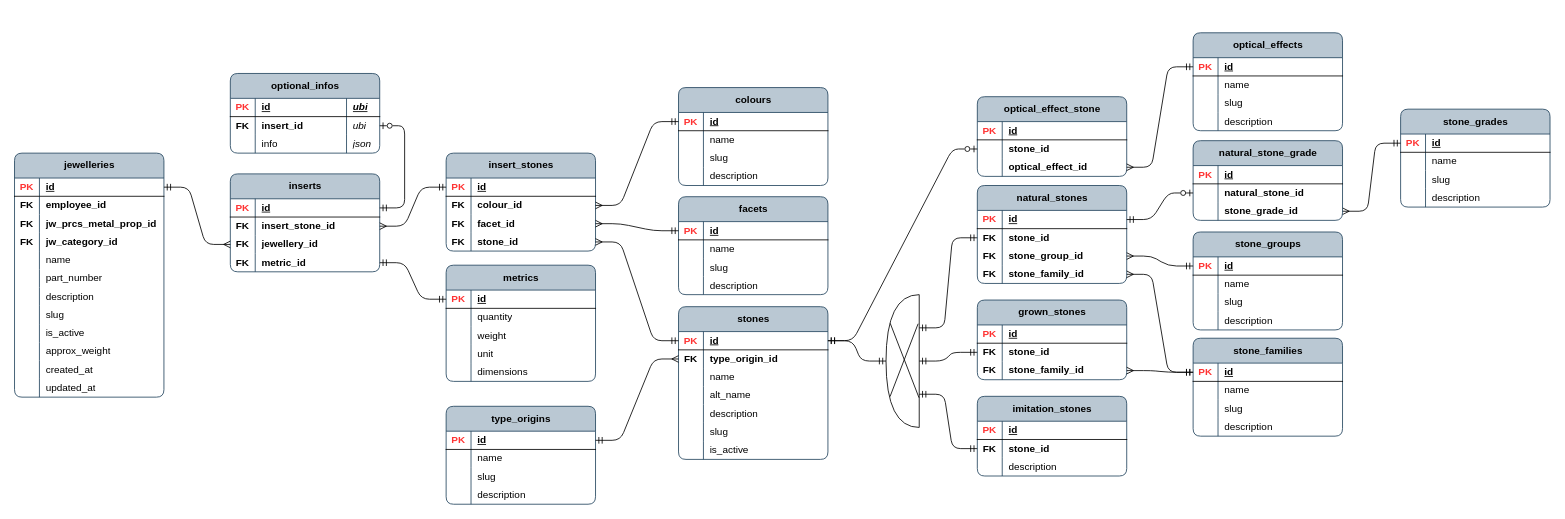
The draw.io diagram page "psql_inserts" (2 of 14) of publisher/laravel-app/psql_jewellery_items.drawio in Local-development-environment/msg-brokers-publisher-consumer, before the edit. Source tidied: cells renumbered, new cells numbered last; positions are measured from the earlier drawing's top-left corner, leaving out a move shared by most shapes. Both pictures are drawn from the tidied source at 83%, with x=0, y=0 at pixel (14, 32).
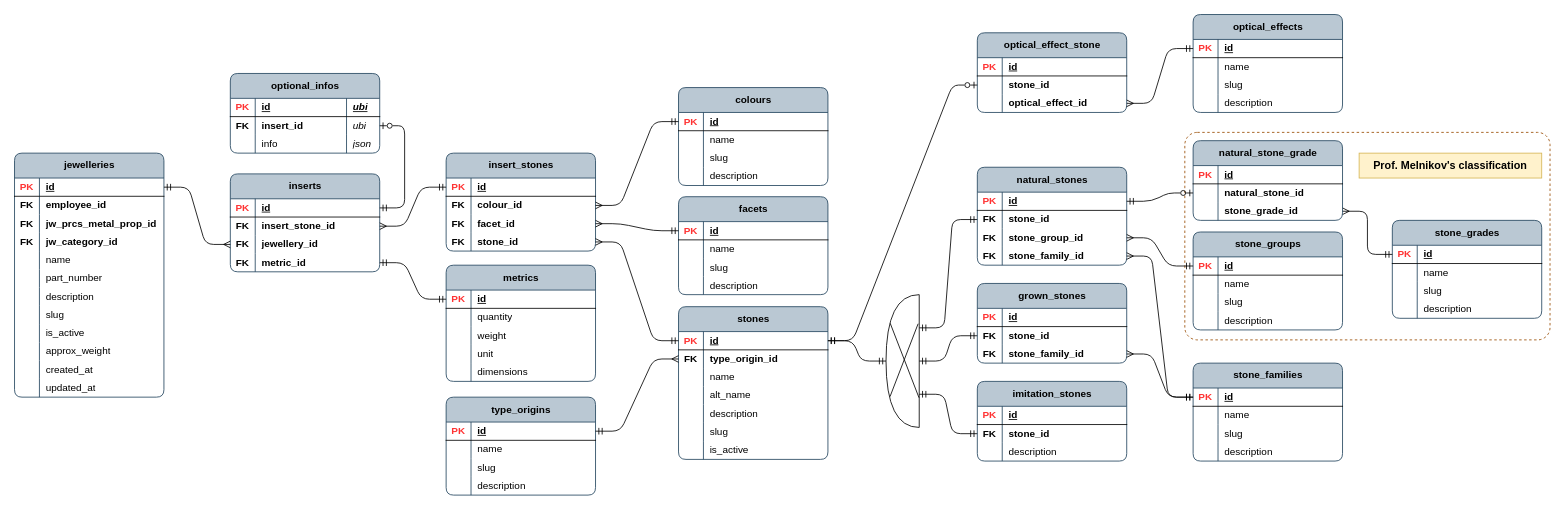
Above is the later version.

What changed in the source:
```diff
@@
+    <mxCell id="282" style="rounded=1;whiteSpace=wrap;html=1;fillOpacity=0;dashed=1;strokeColor=#994C00;arcSize=6;" parent="1" vertex="1">
+      <mxGeometry x="1410" y="120" width="440" height="250" as="geometry" />
+    </mxCell>
@@
     <mxCell id="24" value="type_origins" style="shape=table;startSize=30;childLayout=tableLayout;rowLines=0;fontStyle=1;align=center;html=1;rounded=1;labelBackgroundColor=none;swimlaneFillColor=none;fillColor=#bac8d3;strokeColor=#23445d;arcSize=10;" parent="1" vertex="1">
-      <mxGeometry x="520" y="450" width="180" height="118" as="geometry" />
+      <mxGeometry x="520" y="439" width="180" height="118" as="geometry" />
     </mxCell>
@@
     <mxCell id="45" value="natural_stones" style="shape=table;startSize=30;childLayout=tableLayout;rowLines=0;fontStyle=1;align=center;html=1;rounded=1;labelBackgroundColor=none;swimlaneFillColor=none;fillColor=#bac8d3;strokeColor=#23445d;arcSize=10;" parent="1" vertex="1">
-      <mxGeometry x="1160" y="184" width="180" height="118" as="geometry" />
+      <mxGeometry x="1160" y="162" width="180" height="118" as="geometry" />
     </mxCell>
@@
     <mxCell id="58" value="grown_stones" style="shape=table;startSize=30;childLayout=tableLayout;rowLines=0;fontStyle=1;align=center;html=1;rounded=1;labelBackgroundColor=none;swimlaneFillColor=none;fillColor=#bac8d3;strokeColor=#23445d;arcSize=10;" parent="1" vertex="1">
-      <mxGeometry x="1160" y="322" width="180" height="96" as="geometry" />
+      <mxGeometry x="1160" y="302" width="180" height="96" as="geometry" />
     </mxCell>
@@
     <mxCell id="68" value="imitation_stones" style="shape=table;startSize=30;childLayout=tableLayout;rowLines=0;fontStyle=1;align=center;html=1;rounded=1;labelBackgroundColor=none;swimlaneFillColor=none;fillColor=#bac8d3;strokeColor=#23445d;arcSize=10;" parent="1" vertex="1">
-      <mxGeometry x="1160" y="438" width="180" height="96" as="geometry" />
+      <mxGeometry x="1160" y="420" width="180" height="96" as="geometry" />
     </mxCell>
@@
     <mxCell id="186" value="stone_families" style="shape=table;startSize=30;childLayout=tableLayout;rowLines=0;fontStyle=1;align=center;html=1;rounded=1;labelBackgroundColor=none;swimlaneFillColor=none;fillColor=#bac8d3;strokeColor=#23445d;arcSize=10;" parent="1" vertex="1">
-      <mxGeometry x="1420" y="368" width="180" height="118" as="geometry" />
+      <mxGeometry x="1420" y="398" width="180" height="118" as="geometry" />
     </mxCell>
@@
     <mxCell id="201" value="stone_grades" style="shape=table;startSize=30;childLayout=tableLayout;rowLines=0;fontStyle=1;align=center;html=1;rounded=1;labelBackgroundColor=none;swimlaneFillColor=none;fillColor=#bac8d3;strokeColor=#23445d;arcSize=10;" parent="1" vertex="1">
-      <mxGeometry x="1670" y="92" width="180" height="118" as="geometry" />
+      <mxGeometry x="1660" y="226" width="180" height="118" as="geometry" />
     </mxCell>
@@
     <mxCell id="245" value="optical_effect_stone" style="shape=table;startSize=30;childLayout=tableLayout;rowLines=0;fontStyle=1;align=center;html=1;rounded=1;labelBackgroundColor=none;swimlaneFillColor=none;fillColor=#bac8d3;strokeColor=#23445d;arcSize=10;" parent="1" vertex="1">
-      <mxGeometry x="1160" y="77" width="180" height="96" as="geometry" />
+      <mxGeometry x="1160" width="180" height="96" as="geometry" />
     </mxCell>
@@
     <mxCell id="257" value="optical_effects" style="shape=table;startSize=30;childLayout=tableLayout;rowLines=0;fontStyle=1;align=center;html=1;rounded=1;labelBackgroundColor=none;swimlaneFillColor=none;fillColor=#bac8d3;strokeColor=#23445d;arcSize=10;" parent="1" vertex="1">
-      <mxGeometry x="1420" width="180" height="118" as="geometry" />
+      <mxGeometry x="1420" y="-22" width="180" height="118" as="geometry" />
     </mxCell>
@@
+    <mxCell id="283" value="&lt;b&gt;&lt;font style=&quot;font-size: 13px;&quot;&gt;Prof. Melnikov's classification&lt;/font&gt;&lt;/b&gt;" style="text;html=1;align=center;verticalAlign=middle;whiteSpace=wrap;rounded=0;strokeColor=#d6b656;strokeWidth=1;fillColor=#fff2cc;" parent="1" vertex="1">
+      <mxGeometry x="1620" y="145" width="220" height="30" as="geometry" />
+    </mxCell>
```
